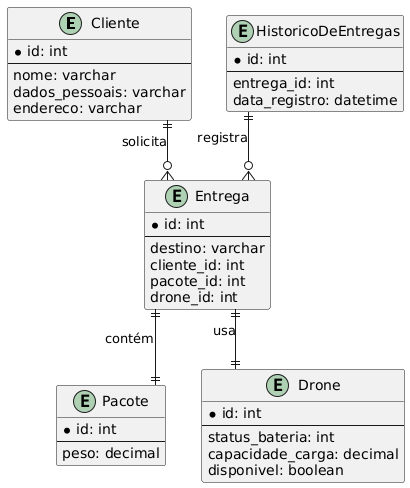
This is docs/bancoDeDados.png from caiosaraiv1/UML-Classroom-FCI, a PlantUML export, as it was before one commit.
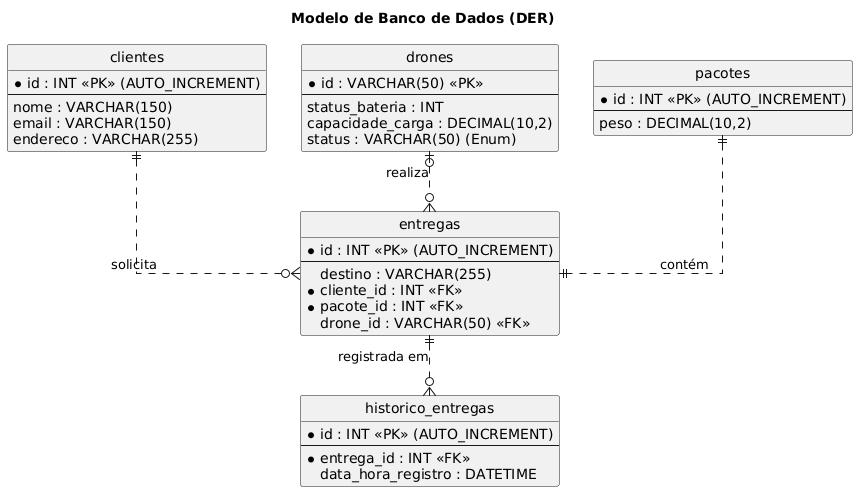
After the commit.

Change to the diagram source:
```diff
@@ -1,49 +1,48 @@
 @startuml
+title Modelo de Banco de Dados (DER)
+hide circle
 skinparam linetype ortho
 
-entity Cliente {
-  *id: int
+entity "clientes" as clientes {
+  *id : INT <<PK>> (AUTO_INCREMENT)
   --
-  nome: varchar
-  dados_pessoais: varchar
-  endereco: varchar
+  nome : VARCHAR(150)
+  email : VARCHAR(150)
+  endereco : VARCHAR(255)
 }
 
-entity Pacote {
-  *id: int
+entity "drones" as drones {
+  *id : VARCHAR(50) <<PK>>
   --
-  peso: decimal
+  status_bateria : INT
+  capacidade_carga : DECIMAL(10,2)
+  status : VARCHAR(50) (Enum)
 }
 
-entity Drone {
-  *id: int
+entity "pacotes" as pacotes {
+  *id : INT <<PK>> (AUTO_INCREMENT)
   --
-  status_bateria: int
-  capacidade_carga: decimal
-  disponivel: boolean
+  peso : DECIMAL(10,2)
 }
 
-entity Entrega {
-  *id: int
+entity "entregas" as entregas {
+  *id : INT <<PK>> (AUTO_INCREMENT)
   --
-  destino: varchar
-  cliente_id: int
-  pacote_id: int
-  drone_id: int
+  destino : VARCHAR(255)
+  *cliente_id : INT <<FK>>
+  *pacote_id : INT <<FK>>
+  drone_id : VARCHAR(50) <<FK>>
 }
 
-entity HistoricoDeEntregas {
-  *id: int
+entity "historico_entregas" as historico {
+  *id : INT <<PK>> (AUTO_INCREMENT)
   --
-  entrega_id: int
-  data_registro: datetime
+  *entrega_id : INT <<FK>>
+  data_hora_registro : DATETIME
 }
 
-Cliente ||--o{ Entrega : "solicita"
-
-Entrega ||--|| Pacote : "contém"
-
-Entrega ||--|| Drone : "usa"
-
-HistoricoDeEntregas ||--o{ Entrega : "registra"
+clientes ||..o{ entregas : "solicita"
+drones |o..o{ entregas : "realiza"
+pacotes ||..|| entregas : "contém"
+entregas ||..o{ historico : "registrada em"
 @enduml
```
